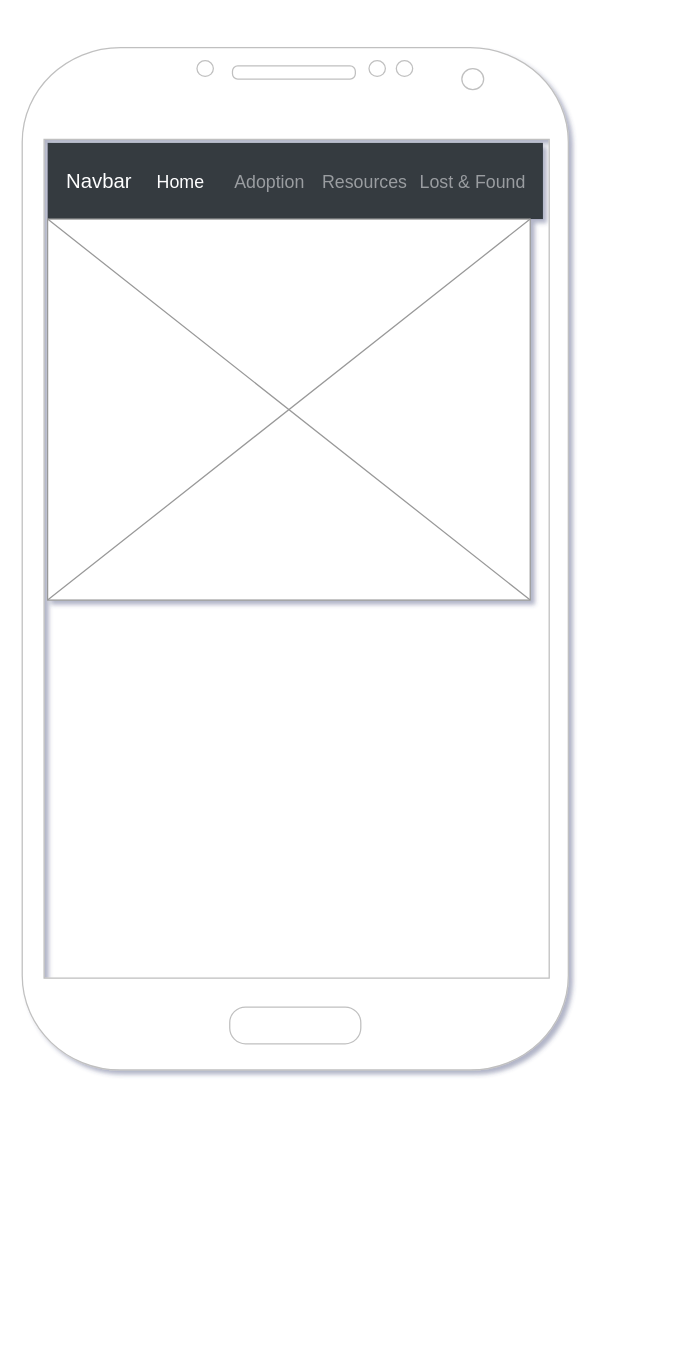
This is Wireframe-Animal-Shelter.drawio from tinalr/Animal-Shelter, a draw.io file, before an edit. Source tidied: cells renumbered, new cells numbered last; positions are measured from the earlier drawing's top-left corner, leaving out a move shared by most shapes. Both pictures are drawn from the tidied source at 127%, with x=0, y=0 at pixel (22, 47).
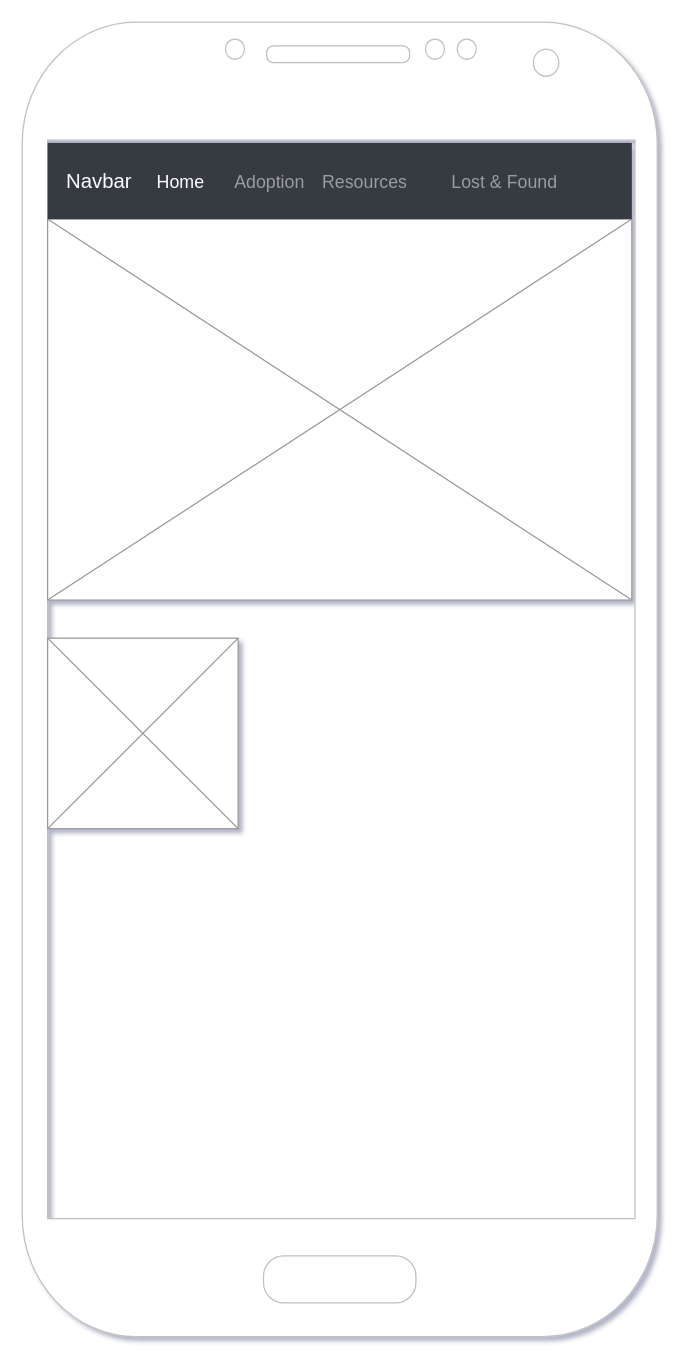
Above is the later version.

What changed in the source:
```diff
@@
 <mxGraphModel shadow="1">
   <root>
     <mxCell id="0" />
     <mxCell id="1" parent="0" />
     <mxCell id="2" style="verticalLabelPosition=bottom;verticalAlign=top;html=1;shadow=0;dashed=0;strokeWidth=1;shape=mxgraph.android.phone2;strokeColor=#c0c0c0;" parent="1" vertex="1">
-      <mxGeometry width="430" height="805" as="geometry" />
+      <mxGeometry y="-20" width="500" height="1035" as="geometry" />
     </mxCell>
+    <mxCell id="8" style="verticalLabelPosition=bottom;shadow=0;dashed=0;align=center;html=1;verticalAlign=top;strokeWidth=1;shape=mxgraph.mockup.graphics.simpleIcon;strokeColor=#999999;" parent="1" vertex="1">
+      <mxGeometry x="20" y="135" width="460" height="300" as="geometry" />
+    </mxCell>
     <mxCell id="3" value="Navbar" style="html=1;shadow=0;dashed=0;fillColor=#343A40;strokeColor=none;fontSize=16;fontColor=#ffffff;align=left;spacing=15;" parent="1" vertex="1">
-      <mxGeometry x="20" y="75" width="390" height="60" as="geometry" />
+      <mxGeometry x="20" y="75" width="460" height="60" as="geometry" />
     </mxCell>
     <mxCell id="4" value="Home" style="fillColor=none;strokeColor=none;fontSize=14;fontColor=#ffffff;align=center;" parent="3" vertex="1">
       <mxGeometry width="70" height="40" relative="1" as="geometry">
         <mxPoint x="70" y="10" as="offset" />
       </mxGeometry>
     </mxCell>
     <mxCell id="5" value="Adoption" style="fillColor=none;strokeColor=none;fontSize=14;fontColor=#9A9DA0;align=center;" parent="3" vertex="1">
       <mxGeometry width="70" height="40" relative="1" as="geometry">
         <mxPoint x="140" y="10" as="offset" />
       </mxGeometry>
     </mxCell>
     <mxCell id="6" value="Resources" style="fillColor=none;strokeColor=none;fontSize=14;fontColor=#9A9DA0;align=center;spacingRight=0;" parent="3" vertex="1">
       <mxGeometry width="80" height="40" relative="1" as="geometry">
         <mxPoint x="210" y="10" as="offset" />
       </mxGeometry>
     </mxCell>
     <mxCell id="7" value="Lost &amp; Found" style="fillColor=none;strokeColor=none;fontSize=14;fontColor=#9A9DA0;align=center;" parent="3" vertex="1">
-      <mxGeometry width="80" height="40" relative="1" as="geometry">
-        <mxPoint x="295" y="10" as="offset" />
+      <mxGeometry width="140" height="40" relative="1" as="geometry">
+        <mxPoint x="290" y="10" as="offset" />
       </mxGeometry>
     </mxCell>
-    <mxCell id="8" style="verticalLabelPosition=bottom;shadow=0;dashed=0;align=center;html=1;verticalAlign=top;strokeWidth=1;shape=mxgraph.mockup.graphics.simpleIcon;strokeColor=#999999;" parent="1" vertex="1">
-      <mxGeometry x="20" y="135" width="380" height="300" as="geometry" />
-    </mxCell>
+    <mxCell id="9" style="verticalLabelPosition=bottom;shadow=0;dashed=0;align=center;html=1;verticalAlign=top;strokeWidth=1;shape=mxgraph.mockup.graphics.simpleIcon;strokeColor=#999999;" parent="1" vertex="1">
+      <mxGeometry x="20" y="465" width="150" height="150" as="geometry" />
+    </mxCell>
   </root>
 </mxGraphModel>
```
